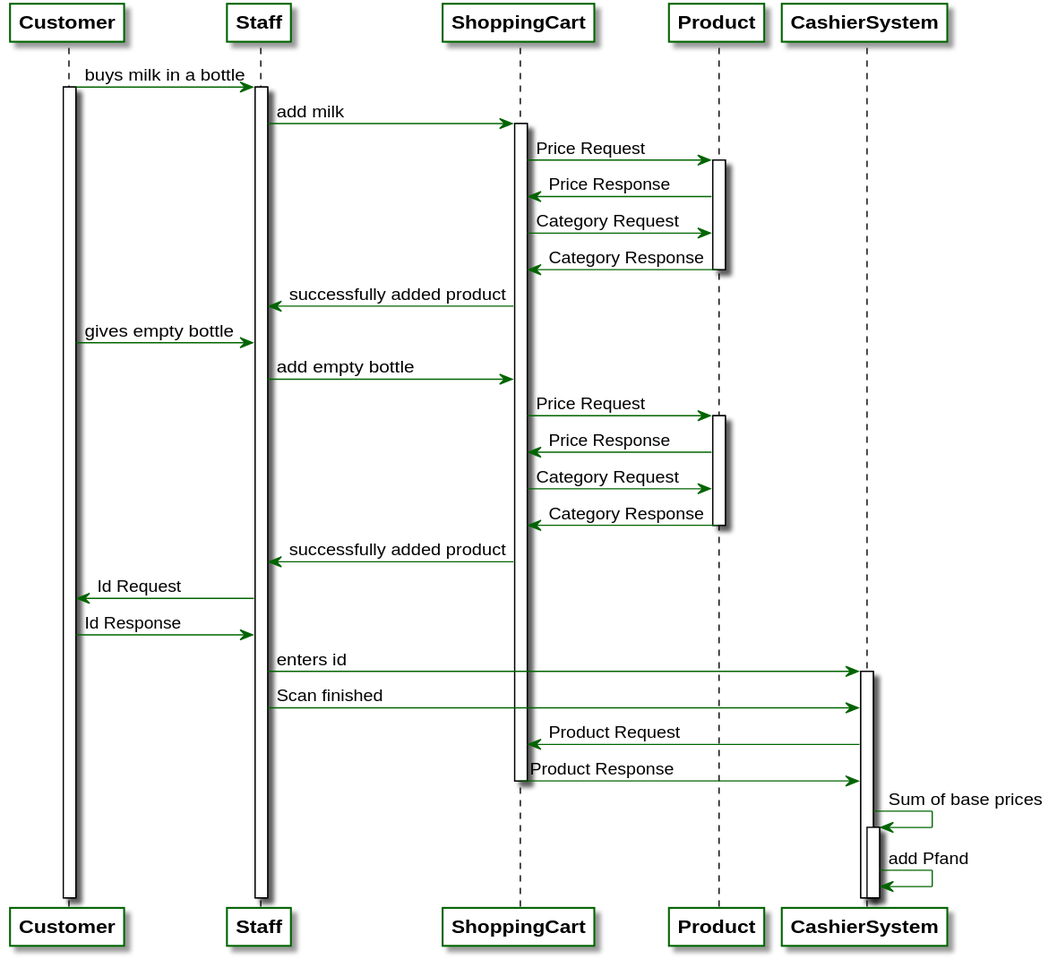
This is src/main/asciidoc/models/analysis/SequenceDiagrams/SequenceDiagram1.svg from LimitlessGreen/swt18w43, a PlantUML export, as it was before one commit.
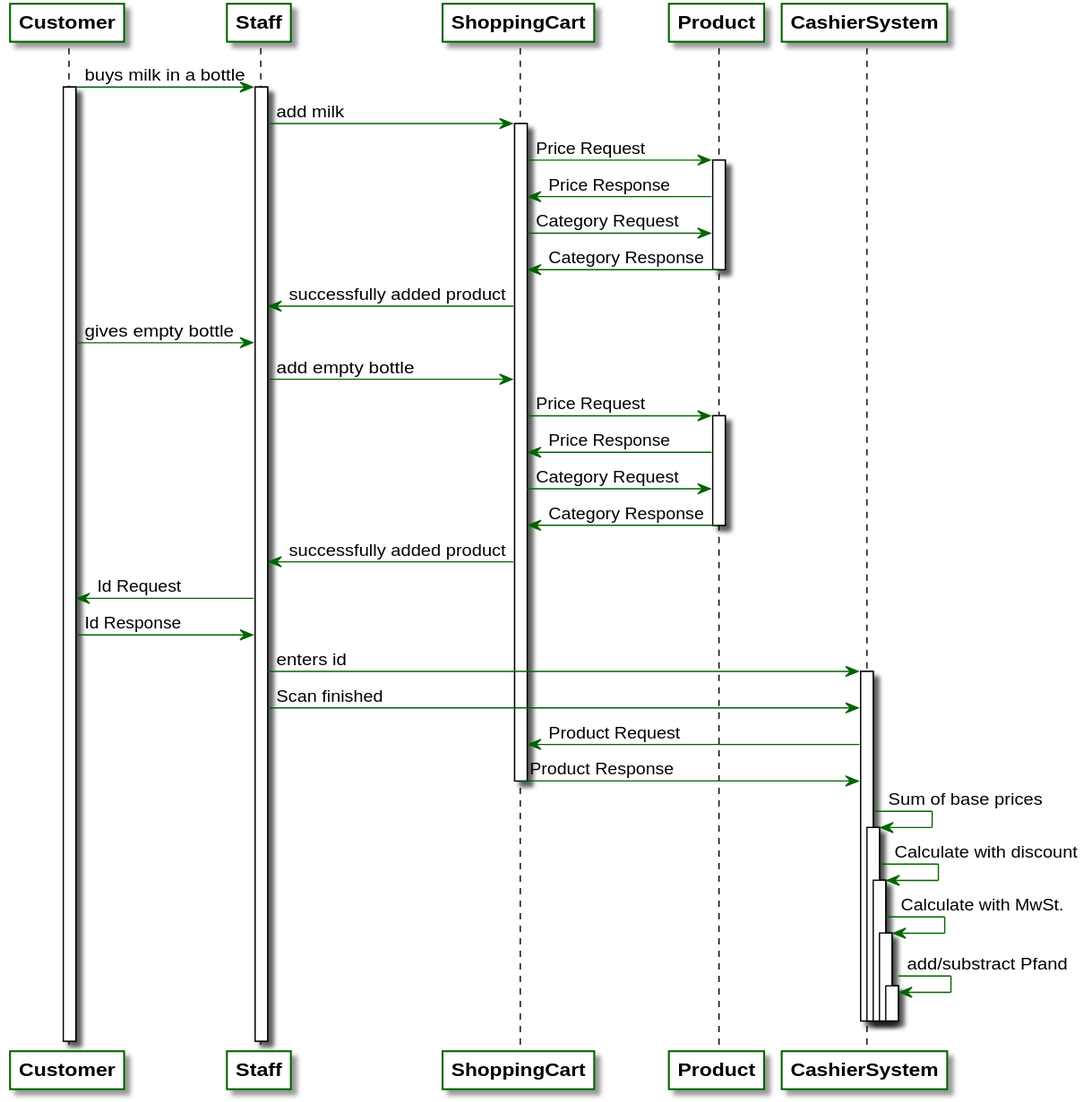
Above is the later version.

Commit message:
finished sequencediagram1

What changed in the source:
```diff
@@ -48,6 +48,16 @@
 deactivate ShoppingCart
 CashierSystem -> CashierSystem: Sum of base prices
 activate CashierSystem
-CashierSystem -> CashierSystem: add Pfand
+CashierSystem -> CashierSystem: Calculate with discount
+activate CashierSystem
+CashierSystem -> CashierSystem: Calculate with MwSt.
+activate CashierSystem
+CashierSystem -> CashierSystem: add/substract Pfand
+activate CashierSystem
+deactivate CashierSystem
+deactivate CashierSystem
+deactivate CashierSystem
+deactivate CashierSystem
+deactivate CashierSystem
 
 @enduml
```
